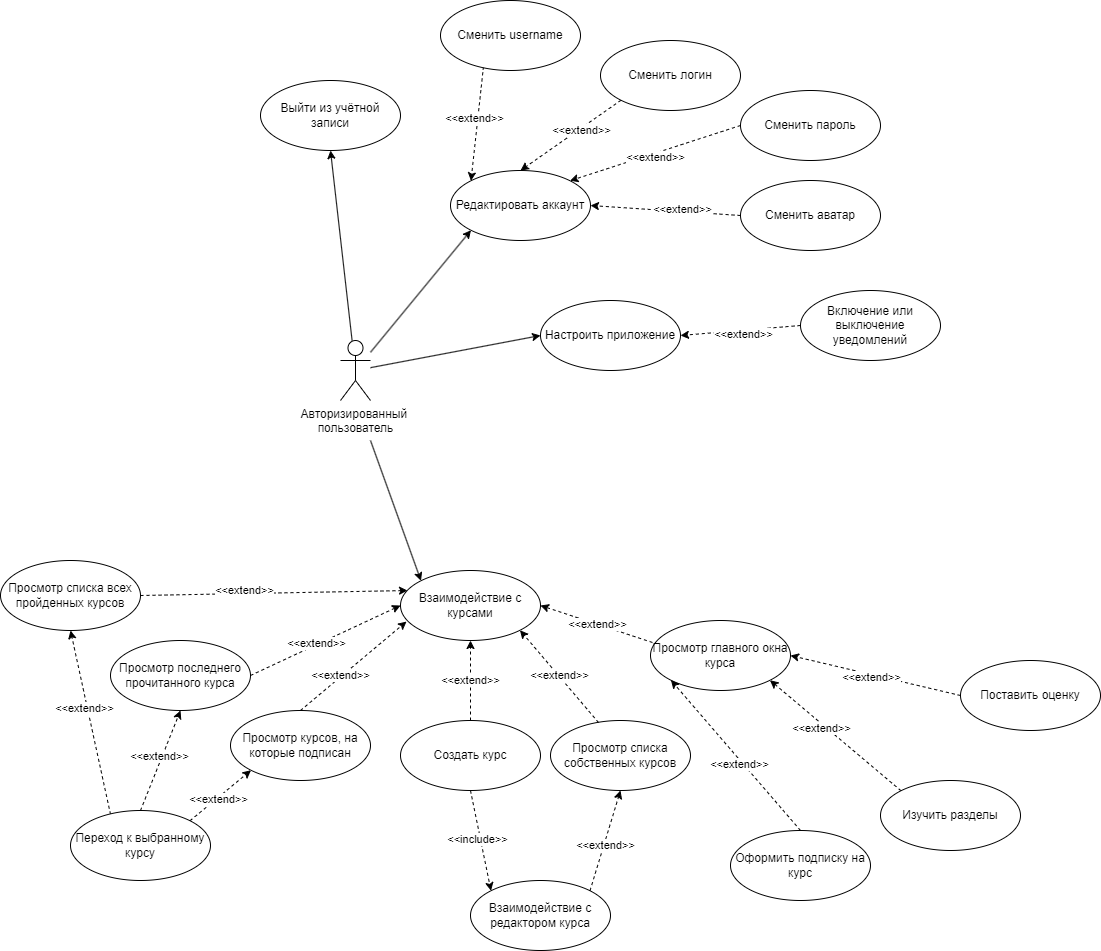
The draw.io diagram diagrams/Диаграммы прецедентов (Use case diagrams)/Диаграмма прецедентов (user).png in sahland/9.5-Team, before a commit. Source tidied: cells renumbered, new cells last; positions are measured from the earlier drawing's top-left corner, leaving out a move shared by most shapes.
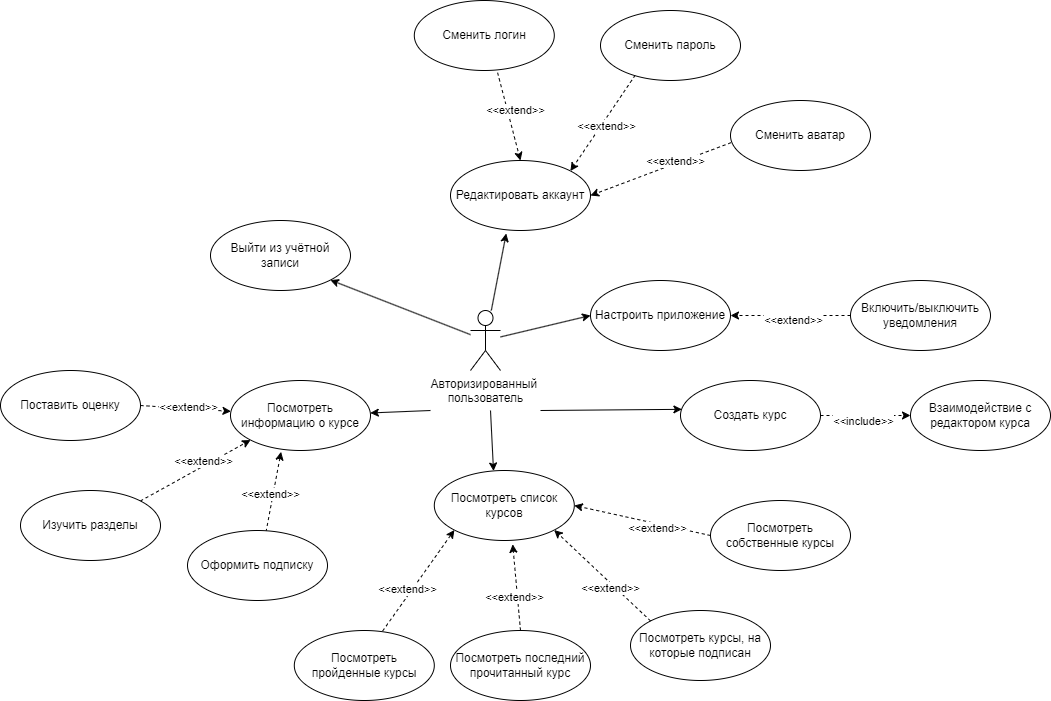
After the change.

The edit, as a diff of the source:
```diff
@@ -4,6 +4,6 @@
     <mxCell id="1" parent="0" />
-    <mxCell id="2" style="rounded=0;jettySize=auto;html=1;entryX=0.5;entryY=1;entryDx=0;entryDy=0;" parent="1" edge="1" source="6" target="7">
+    <mxCell id="2" style="rounded=0;jettySize=auto;html=1;entryX=1;entryY=1;entryDx=0;entryDy=0;" parent="1" edge="1" source="6" target="7">
       <mxGeometry relative="1" as="geometry" />
     </mxCell>
-    <mxCell id="3" style="rounded=0;jettySize=auto;html=1;entryX=0;entryY=1;entryDx=0;entryDy=0;" parent="1" edge="1" source="6" target="26">
+    <mxCell id="3" style="rounded=0;jettySize=auto;html=1;entryX=0.398;entryY=1.043;entryDx=0;entryDy=0;entryPerimeter=0;" parent="1" edge="1" source="6" target="26">
       <mxGeometry relative="1" as="geometry" />
@@ -13,7 +13,2 @@
     </mxCell>
-    <mxCell id="5" style="rounded=0;jettySize=auto;html=1;entryX=0;entryY=0;entryDx=0;entryDy=0;" parent="1" edge="1" target="9">
-      <mxGeometry relative="1" as="geometry">
-        <mxPoint x="370" y="440" as="sourcePoint" />
-      </mxGeometry>
-    </mxCell>
     <mxCell id="6" value="Авторизированный&amp;nbsp;&lt;div&gt;пользователь&lt;/div&gt;" style="shape=umlActor;verticalLabelPosition=bottom;verticalAlign=top;html=1;" parent="1" vertex="1">
@@ -22,52 +17,8 @@
     <mxCell id="7" value="Выйти из учётной записи" style="ellipse;whiteSpace=wrap;html=1;" parent="1" vertex="1">
-      <mxGeometry x="260" y="80" width="140" height="70" as="geometry" />
+      <mxGeometry x="80" y="250" width="140" height="70" as="geometry" />
     </mxCell>
     <mxCell id="8" value="Настроить приложение" style="ellipse;whiteSpace=wrap;html=1;" parent="1" vertex="1">
-      <mxGeometry x="540" y="300" width="140" height="70" as="geometry" />
+      <mxGeometry x="460" y="310" width="140" height="70" as="geometry" />
     </mxCell>
-    <mxCell id="9" value="Взаимодействие с курсами" style="ellipse;whiteSpace=wrap;html=1;" parent="1" vertex="1">
-      <mxGeometry x="400" y="570" width="140" height="70" as="geometry" />
-    </mxCell>
-    <mxCell id="10" value="&amp;lt;&amp;lt;extend&amp;gt;&amp;gt;" style="rounded=0;jettySize=auto;html=1;exitX=0.5;exitY=0;exitDx=0;exitDy=0;dashed=1;entryX=0.5;entryY=1;entryDx=0;entryDy=0;" parent="1" edge="1" source="13" target="9">
-      <mxGeometry relative="1" as="geometry" />
-    </mxCell>
-    <mxCell id="11" style="rounded=0;jettySize=auto;html=1;exitX=0.5;exitY=1;exitDx=0;exitDy=0;entryX=0;entryY=0;entryDx=0;entryDy=0;dashed=1;" parent="1" edge="1" source="13" target="52">
-      <mxGeometry relative="1" as="geometry" />
-    </mxCell>
-    <mxCell id="12" value="&amp;lt;&amp;lt;include&amp;gt;&amp;gt;" style="edgeLabel;html=1;align=center;verticalAlign=middle;" parent="11" vertex="1">
-      <mxGeometry x="-0.05" y="-3" relative="1" as="geometry" />
-    </mxCell>
-    <mxCell id="13" value="Создать курс" style="ellipse;whiteSpace=wrap;html=1;" parent="1" vertex="1">
-      <mxGeometry x="400" y="720" width="140" height="70" as="geometry" />
-    </mxCell>
-    <mxCell id="14" style="rounded=0;jettySize=auto;html=1;exitX=1;exitY=0.5;exitDx=0;exitDy=0;entryX=0;entryY=0.5;entryDx=0;entryDy=0;dashed=1;" parent="1" edge="1" source="16" target="9">
-      <mxGeometry relative="1" as="geometry" />
-    </mxCell>
-    <mxCell id="15" value="&amp;lt;&amp;lt;extend&amp;gt;&amp;gt;" style="edgeLabel;html=1;align=center;verticalAlign=middle;" parent="14" vertex="1">
-      <mxGeometry x="-0.12" y="2" relative="1" as="geometry" />
-    </mxCell>
-    <mxCell id="16" value="Просмотр последнего прочитанного курса" style="ellipse;whiteSpace=wrap;html=1;" parent="1" vertex="1">
-      <mxGeometry x="110" y="640" width="140" height="70" as="geometry" />
-    </mxCell>
-    <mxCell id="17" value="Просмотр курсов, на которые подписан" style="ellipse;whiteSpace=wrap;html=1;" parent="1" vertex="1">
-      <mxGeometry x="230" y="710" width="140" height="70" as="geometry" />
-    </mxCell>
-    <mxCell id="18" style="rounded=0;jettySize=auto;html=1;exitX=0.5;exitY=0;exitDx=0;exitDy=0;entryX=0.043;entryY=0.729;entryDx=0;entryDy=0;dashed=1;entryPerimeter=0;" parent="1" edge="1" source="17" target="9">
-      <mxGeometry relative="1" as="geometry" />
-    </mxCell>
-    <mxCell id="19" value="&amp;lt;&amp;lt;extend&amp;gt;&amp;gt;" style="edgeLabel;html=1;align=center;verticalAlign=middle;" parent="18" vertex="1">
-      <mxGeometry x="-0.22" y="1" relative="1" as="geometry">
-        <mxPoint x="-1" as="offset" />
-      </mxGeometry>
-    </mxCell>
-    <mxCell id="20" style="rounded=0;jettySize=auto;html=1;exitX=0.014;exitY=0.314;exitDx=0;exitDy=0;entryX=1;entryY=0.5;entryDx=0;entryDy=0;dashed=1;exitPerimeter=0;" parent="1" edge="1" source="22" target="9">
-      <mxGeometry relative="1" as="geometry" />
-    </mxCell>
-    <mxCell id="21" value="&amp;lt;&amp;lt;extend&amp;gt;&amp;gt;" style="edgeLabel;html=1;align=center;verticalAlign=middle;" parent="20" vertex="1">
-      <mxGeometry x="-0.02" relative="1" as="geometry" />
-    </mxCell>
-    <mxCell id="22" value="Просмотр главного окна курса" style="ellipse;whiteSpace=wrap;html=1;" parent="1" vertex="1">
-      <mxGeometry x="650" y="620" width="140" height="70" as="geometry" />
-    </mxCell>
-    <mxCell id="23" style="rounded=0;jettySize=auto;html=1;exitX=0.5;exitY=0;exitDx=0;exitDy=0;entryX=0;entryY=1;entryDx=0;entryDy=0;dashed=1;" parent="1" edge="1" source="25" target="22">
+    <mxCell id="23" style="rounded=0;jettySize=auto;html=1;exitX=0.561;exitY=0.019;exitDx=0;exitDy=0;dashed=1;exitPerimeter=0;entryX=0.361;entryY=1.019;entryDx=0;entryDy=0;entryPerimeter=0;" parent="1" edge="1" source="25" target="65">
       <mxGeometry relative="1" as="geometry" />
@@ -77,9 +28,9 @@
     </mxCell>
-    <mxCell id="25" value="Оформить подписку на курс" style="ellipse;whiteSpace=wrap;html=1;" parent="1" vertex="1">
-      <mxGeometry x="730" y="830" width="140" height="70" as="geometry" />
+    <mxCell id="25" value="Оформить подписку" style="ellipse;whiteSpace=wrap;html=1;" parent="1" vertex="1">
+      <mxGeometry x="57" y="560" width="140" height="70" as="geometry" />
     </mxCell>
     <mxCell id="26" value="Редактировать аккаунт" style="ellipse;whiteSpace=wrap;html=1;" parent="1" vertex="1">
-      <mxGeometry x="450" y="170" width="140" height="70" as="geometry" />
+      <mxGeometry x="320" y="190" width="140" height="70" as="geometry" />
     </mxCell>
-    <mxCell id="27" style="rounded=0;jettySize=auto;html=1;exitX=0;exitY=0.5;exitDx=0;exitDy=0;entryX=1;entryY=0.5;entryDx=0;entryDy=0;dashed=1;" parent="1" edge="1" source="29" target="26">
+    <mxCell id="27" style="rounded=0;jettySize=auto;html=1;entryX=1;entryY=0.5;entryDx=0;entryDy=0;dashed=1;exitX=0.004;exitY=0.602;exitDx=0;exitDy=0;exitPerimeter=0;" parent="1" edge="1" source="29" target="26">
       <mxGeometry relative="1" as="geometry" />
@@ -90,5 +41,5 @@
     <mxCell id="29" value="Сменить аватар" style="ellipse;whiteSpace=wrap;html=1;" parent="1" vertex="1">
-      <mxGeometry x="740" y="180" width="140" height="70" as="geometry" />
+      <mxGeometry x="600" y="130" width="140" height="70" as="geometry" />
     </mxCell>
-    <mxCell id="30" style="rounded=0;jettySize=auto;html=1;exitX=0;exitY=0.5;exitDx=0;exitDy=0;entryX=1;entryY=0;entryDx=0;entryDy=0;dashed=1;" parent="1" edge="1" source="32" target="26">
+    <mxCell id="30" style="rounded=0;jettySize=auto;html=1;exitX=0.248;exitY=0.924;exitDx=0;exitDy=0;entryX=1;entryY=0;entryDx=0;entryDy=0;dashed=1;exitPerimeter=0;" parent="1" edge="1" source="32" target="26">
       <mxGeometry relative="1" as="geometry" />
@@ -99,5 +50,5 @@
     <mxCell id="32" value="Сменить пароль" style="ellipse;whiteSpace=wrap;html=1;" parent="1" vertex="1">
-      <mxGeometry x="740" y="90" width="140" height="70" as="geometry" />
+      <mxGeometry x="470" y="40" width="140" height="70" as="geometry" />
     </mxCell>
-    <mxCell id="33" style="rounded=0;jettySize=auto;html=1;exitX=0;exitY=1;exitDx=0;exitDy=0;entryX=0.5;entryY=0;entryDx=0;entryDy=0;dashed=1;" parent="1" edge="1" source="35" target="26">
+    <mxCell id="33" style="rounded=0;jettySize=auto;html=1;exitX=0.595;exitY=1.031;exitDx=0;exitDy=0;entryX=0.5;entryY=0;entryDx=0;entryDy=0;dashed=1;exitPerimeter=0;" parent="1" edge="1" source="35" target="26">
       <mxGeometry relative="1" as="geometry" />
@@ -106,3 +57,3 @@
       <mxGeometry x="0.33" y="2" relative="1" as="geometry">
-        <mxPoint x="25" y="-18" as="offset" />
+        <mxPoint y="-20" as="offset" />
       </mxGeometry>
@@ -110,14 +61,5 @@
     <mxCell id="35" value="Сменить логин" style="ellipse;whiteSpace=wrap;html=1;" parent="1" vertex="1">
-      <mxGeometry x="600" y="40" width="140" height="70" as="geometry" />
+      <mxGeometry x="283.8" y="30" width="140" height="70" as="geometry" />
     </mxCell>
-    <mxCell id="36" style="rounded=0;jettySize=auto;html=1;exitX=0.307;exitY=0.943;exitDx=0;exitDy=0;entryX=0;entryY=0;entryDx=0;entryDy=0;dashed=1;exitPerimeter=0;" parent="1" edge="1" source="38" target="26">
-      <mxGeometry relative="1" as="geometry" />
-    </mxCell>
-    <mxCell id="37" value="&amp;lt;&amp;lt;extend&amp;gt;&amp;gt;" style="edgeLabel;html=1;align=center;verticalAlign=middle;" parent="36" vertex="1">
-      <mxGeometry x="-0.1" y="-4" relative="1" as="geometry" />
-    </mxCell>
-    <mxCell id="38" value="Сменить username" style="ellipse;whiteSpace=wrap;html=1;" parent="1" vertex="1">
-      <mxGeometry x="440" width="140" height="70" as="geometry" />
-    </mxCell>
-    <mxCell id="39" style="rounded=0;jettySize=auto;html=1;exitX=0;exitY=0;exitDx=0;exitDy=0;entryX=1;entryY=1;entryDx=0;entryDy=0;dashed=1;" parent="1" edge="1" source="41" target="22">
+    <mxCell id="39" style="rounded=0;jettySize=auto;html=1;exitX=1;exitY=0;exitDx=0;exitDy=0;entryX=0;entryY=1;entryDx=0;entryDy=0;dashed=1;" parent="1" edge="1" source="41" target="65">
       <mxGeometry relative="1" as="geometry" />
@@ -130,25 +72,4 @@
     <mxCell id="41" value="Изучить разделы" style="ellipse;whiteSpace=wrap;html=1;" parent="1" vertex="1">
-      <mxGeometry x="880" y="780" width="140" height="70" as="geometry" />
+      <mxGeometry x="-110" y="520" width="140" height="70" as="geometry" />
     </mxCell>
-    <mxCell id="42" style="rounded=0;jettySize=auto;html=1;exitX=0.5;exitY=0;exitDx=0;exitDy=0;entryX=0.5;entryY=1;entryDx=0;entryDy=0;dashed=1;" parent="1" edge="1" source="48" target="16">
-      <mxGeometry relative="1" as="geometry" />
-    </mxCell>
-    <mxCell id="43" value="&amp;lt;&amp;lt;extend&amp;gt;&amp;gt;" style="edgeLabel;html=1;align=center;verticalAlign=middle;" parent="42" vertex="1">
-      <mxGeometry x="0.07" y="3" relative="1" as="geometry" />
-    </mxCell>
-    <mxCell id="44" style="rounded=0;jettySize=auto;html=1;exitX=1;exitY=0;exitDx=0;exitDy=0;entryX=0;entryY=1;entryDx=0;entryDy=0;dashed=1;" parent="1" edge="1" source="48" target="17">
-      <mxGeometry relative="1" as="geometry" />
-    </mxCell>
-    <mxCell id="45" value="&amp;lt;&amp;lt;extend&amp;gt;&amp;gt;" style="edgeLabel;html=1;align=center;verticalAlign=middle;" parent="44" vertex="1">
-      <mxGeometry x="-0.1" y="-1" relative="1" as="geometry" />
-    </mxCell>
-    <mxCell id="46" style="rounded=0;jettySize=auto;html=1;exitX=0.286;exitY=0.057;exitDx=0;exitDy=0;entryX=0.5;entryY=1;entryDx=0;entryDy=0;dashed=1;exitPerimeter=0;" parent="1" edge="1" source="48" target="53">
-      <mxGeometry relative="1" as="geometry" />
-    </mxCell>
-    <mxCell id="47" value="&amp;lt;&amp;lt;extend&amp;gt;&amp;gt;" style="edgeLabel;html=1;align=center;verticalAlign=middle;" parent="46" vertex="1">
-      <mxGeometry x="0.17" y="3" relative="1" as="geometry" />
-    </mxCell>
-    <mxCell id="48" value="Переход к выбранному курсу" style="ellipse;whiteSpace=wrap;html=1;" parent="1" vertex="1">
-      <mxGeometry x="70" y="810" width="140" height="70" as="geometry" />
-    </mxCell>
     <mxCell id="49" style="rounded=0;jettySize=auto;html=1;exitX=0;exitY=0.5;exitDx=0;exitDy=0;entryX=1;entryY=0.5;entryDx=0;entryDy=0;dashed=1;" parent="1" edge="1" source="51" target="8">
@@ -159,12 +80,9 @@
     </mxCell>
-    <mxCell id="51" value="Включение или выключение уведомлений" style="ellipse;whiteSpace=wrap;html=1;" parent="1" vertex="1">
-      <mxGeometry x="800" y="290" width="140" height="70" as="geometry" />
+    <mxCell id="51" value="Включить/выключить уведомления" style="ellipse;whiteSpace=wrap;html=1;" parent="1" vertex="1">
+      <mxGeometry x="720" y="310" width="140" height="70" as="geometry" />
     </mxCell>
-    <mxCell id="52" value="Взаимодействие с редактором курса" style="ellipse;whiteSpace=wrap;html=1;" parent="1" vertex="1">
-      <mxGeometry x="470" y="880" width="140" height="70" as="geometry" />
-    </mxCell>
-    <mxCell id="53" value="Просмотр списка всех пройденных курсов" style="ellipse;whiteSpace=wrap;html=1;" parent="1" vertex="1">
-      <mxGeometry y="560" width="140" height="70" as="geometry" />
+    <mxCell id="53" value="Посмотреть пройденные курсы" style="ellipse;whiteSpace=wrap;html=1;" parent="1" vertex="1">
+      <mxGeometry x="163.8" y="660" width="140" height="70" as="geometry" />
     </mxCell>
-    <mxCell id="54" style="rounded=0;jettySize=auto;html=1;exitX=0;exitY=0.5;exitDx=0;exitDy=0;entryX=1;entryY=0.5;entryDx=0;entryDy=0;dashed=1;" parent="1" edge="1" source="56" target="22">
+    <mxCell id="54" style="rounded=0;jettySize=auto;html=1;exitX=1;exitY=0.5;exitDx=0;exitDy=0;dashed=1;" parent="1" edge="1" source="56" target="65">
       <mxGeometry relative="1" as="geometry" />
@@ -175,10 +93,4 @@
     <mxCell id="56" value="Поставить оценку" style="ellipse;whiteSpace=wrap;html=1;" parent="1" vertex="1">
-      <mxGeometry x="960" y="660" width="140" height="70" as="geometry" />
+      <mxGeometry x="-130" y="400" width="140" height="70" as="geometry" />
     </mxCell>
-    <mxCell id="57" style="rounded=0;jettySize=auto;html=1;exitX=1;exitY=0.5;exitDx=0;exitDy=0;entryX=0.05;entryY=0.286;entryDx=0;entryDy=0;entryPerimeter=0;dashed=1;" parent="1" edge="1" source="53" target="9">
-      <mxGeometry relative="1" as="geometry" />
-    </mxCell>
-    <mxCell id="58" value="&amp;lt;&amp;lt;extend&amp;gt;&amp;gt;" style="edgeLabel;html=1;align=center;verticalAlign=middle;" parent="57" vertex="1">
-      <mxGeometry x="-0.22" y="4" relative="1" as="geometry" />
-    </mxCell>
     <mxCell id="59" style="rounded=0;orthogonalLoop=1;jettySize=auto;html=1;exitX=1;exitY=0.5;exitDx=0;exitDy=0;entryX=0;entryY=0.5;entryDx=0;entryDy=0;dashed=1;" parent="1" edge="1">
@@ -188,17 +100,70 @@
     </mxCell>
-    <mxCell id="60" value="Просмотр списка собственных курсов" style="ellipse;whiteSpace=wrap;html=1;" parent="1" vertex="1">
-      <mxGeometry x="550" y="720" width="140" height="70" as="geometry" />
-    </mxCell>
-    <mxCell id="61" style="rounded=0;jettySize=auto;html=1;exitX=0.343;exitY=0.029;exitDx=0;exitDy=0;entryX=1;entryY=1;entryDx=0;entryDy=0;dashed=1;exitPerimeter=0;" parent="1" edge="1" source="60" target="9">
-      <mxGeometry relative="1" as="geometry" />
-    </mxCell>
-    <mxCell id="62" value="&amp;lt;&amp;lt;extend&amp;gt;&amp;gt;" style="edgeLabel;html=1;align=center;verticalAlign=middle;" parent="61" vertex="1">
-      <mxGeometry x="0.02" y="-1" relative="1" as="geometry" />
-    </mxCell>
-    <mxCell id="63" style="rounded=0;jettySize=auto;html=1;exitX=1;exitY=0;exitDx=0;exitDy=0;entryX=0.5;entryY=1;entryDx=0;entryDy=0;dashed=1;" parent="1" edge="1" source="52" target="60">
-      <mxGeometry relative="1" as="geometry" />
-    </mxCell>
-    <mxCell id="64" value="&amp;lt;&amp;lt;extend&amp;gt;&amp;gt;" style="edgeLabel;html=1;align=center;verticalAlign=middle;" parent="63" vertex="1">
-      <mxGeometry x="-0.09" y="-1" relative="1" as="geometry" />
-    </mxCell>
+    <mxCell id="65" value="Посмотреть информацию о курсе" style="ellipse;whiteSpace=wrap;html=1;" parent="1" vertex="1">
+      <mxGeometry x="100" y="410" width="140" height="70" as="geometry" />
+    </mxCell>
+    <mxCell id="66" value="Посмотреть список курсов" style="ellipse;whiteSpace=wrap;html=1;" parent="1" vertex="1">
+      <mxGeometry x="303.8" y="500" width="140" height="70" as="geometry" />
+    </mxCell>
+    <mxCell id="13" value="Создать курс" style="ellipse;whiteSpace=wrap;html=1;" parent="1" vertex="1">
+      <mxGeometry x="550" y="410" width="140" height="70" as="geometry" />
+    </mxCell>
+    <mxCell id="67" style="rounded=0;jettySize=auto;html=1;entryX=0.01;entryY=0.412;entryDx=0;entryDy=0;entryPerimeter=0;" parent="1" edge="1" target="13">
+      <mxGeometry relative="1" as="geometry">
+        <mxPoint x="410" y="440" as="sourcePoint" />
+      </mxGeometry>
+    </mxCell>
+    <mxCell id="68" style="rounded=0;jettySize=auto;html=1;" parent="1" edge="1" target="65">
+      <mxGeometry relative="1" as="geometry">
+        <mxPoint x="300" y="440" as="sourcePoint" />
+      </mxGeometry>
+    </mxCell>
+    <mxCell id="69" style="rounded=0;jettySize=auto;html=1;entryX=0.423;entryY=0.007;entryDx=0;entryDy=0;entryPerimeter=0;" parent="1" edge="1" target="66">
+      <mxGeometry relative="1" as="geometry">
+        <mxPoint x="360" y="440" as="sourcePoint" />
+      </mxGeometry>
+    </mxCell>
+    <mxCell id="70" style="rounded=0;jettySize=auto;html=1;exitX=0.631;exitY=0.007;exitDx=0;exitDy=0;entryX=0;entryY=1;entryDx=0;entryDy=0;dashed=1;exitPerimeter=0;" parent="1" edge="1" source="53" target="66">
+      <mxGeometry relative="1" as="geometry" />
+    </mxCell>
+    <mxCell id="71" value="&amp;lt;&amp;lt;extend&amp;gt;&amp;gt;" style="edgeLabel;html=1;align=center;verticalAlign=middle;" parent="70" vertex="1">
+      <mxGeometry x="-0.22" y="4" relative="1" as="geometry" />
+    </mxCell>
+    <mxCell id="72" value="Посмотреть последний прочитанный курс" style="ellipse;whiteSpace=wrap;html=1;" parent="1" vertex="1">
+      <mxGeometry x="320" y="660" width="140" height="70" as="geometry" />
+    </mxCell>
+    <mxCell id="73" value="Посмотреть курсы, на которые подписан" style="ellipse;whiteSpace=wrap;html=1;" parent="1" vertex="1">
+      <mxGeometry x="500" y="640" width="140" height="70" as="geometry" />
+    </mxCell>
+    <mxCell id="74" style="rounded=0;jettySize=auto;html=1;exitX=0.5;exitY=0;exitDx=0;exitDy=0;entryX=0.56;entryY=1.055;entryDx=0;entryDy=0;entryPerimeter=0;dashed=1;" parent="1" edge="1" source="72" target="66">
+      <mxGeometry relative="1" as="geometry" />
+    </mxCell>
+    <mxCell id="75" value="&amp;lt;&amp;lt;extend&amp;gt;&amp;gt;" style="edgeLabel;html=1;align=center;verticalAlign=middle;" parent="74" vertex="1">
+      <mxGeometry x="-0.22" y="4" relative="1" as="geometry" />
+    </mxCell>
+    <mxCell id="76" style="rounded=0;jettySize=auto;html=1;exitX=0;exitY=0;exitDx=0;exitDy=0;entryX=1;entryY=1;entryDx=0;entryDy=0;dashed=1;" parent="1" edge="1" source="73" target="66">
+      <mxGeometry relative="1" as="geometry" />
+    </mxCell>
+    <mxCell id="77" value="&amp;lt;&amp;lt;extend&amp;gt;&amp;gt;" style="edgeLabel;html=1;align=center;verticalAlign=middle;" parent="76" vertex="1">
+      <mxGeometry x="-0.22" y="4" relative="1" as="geometry" />
+    </mxCell>
+    <mxCell id="52" value="Взаимодействие с редактором курса" style="ellipse;whiteSpace=wrap;html=1;" parent="1" vertex="1">
+      <mxGeometry x="780" y="410" width="140" height="70" as="geometry" />
+    </mxCell>
+    <mxCell id="11" style="rounded=0;jettySize=auto;html=1;exitX=1;exitY=0.5;exitDx=0;exitDy=0;dashed=1;" parent="1" edge="1" source="13" target="52">
+      <mxGeometry relative="1" as="geometry" />
+    </mxCell>
+    <mxCell id="12" value="&amp;lt;&amp;lt;include&amp;gt;&amp;gt;" style="edgeLabel;html=1;align=center;verticalAlign=middle;" parent="11" vertex="1">
+      <mxGeometry x="-0.05" y="-3" relative="1" as="geometry">
+        <mxPoint y="2" as="offset" />
+      </mxGeometry>
+    </mxCell>
+    <mxCell id="78" value="Посмотреть собственные курсы" style="ellipse;whiteSpace=wrap;html=1;" parent="1" vertex="1">
+      <mxGeometry x="580" y="530" width="140" height="70" as="geometry" />
+    </mxCell>
+    <mxCell id="79" style="rounded=0;jettySize=auto;html=1;exitX=0;exitY=0.5;exitDx=0;exitDy=0;entryX=1;entryY=0.5;entryDx=0;entryDy=0;dashed=1;" parent="1" edge="1" source="78" target="66">
+      <mxGeometry relative="1" as="geometry" />
+    </mxCell>
+    <mxCell id="80" value="&amp;lt;&amp;lt;extend&amp;gt;&amp;gt;" style="edgeLabel;html=1;align=center;verticalAlign=middle;" parent="79" vertex="1">
+      <mxGeometry x="-0.22" y="4" relative="1" as="geometry" />
+    </mxCell>
   </root>
```
